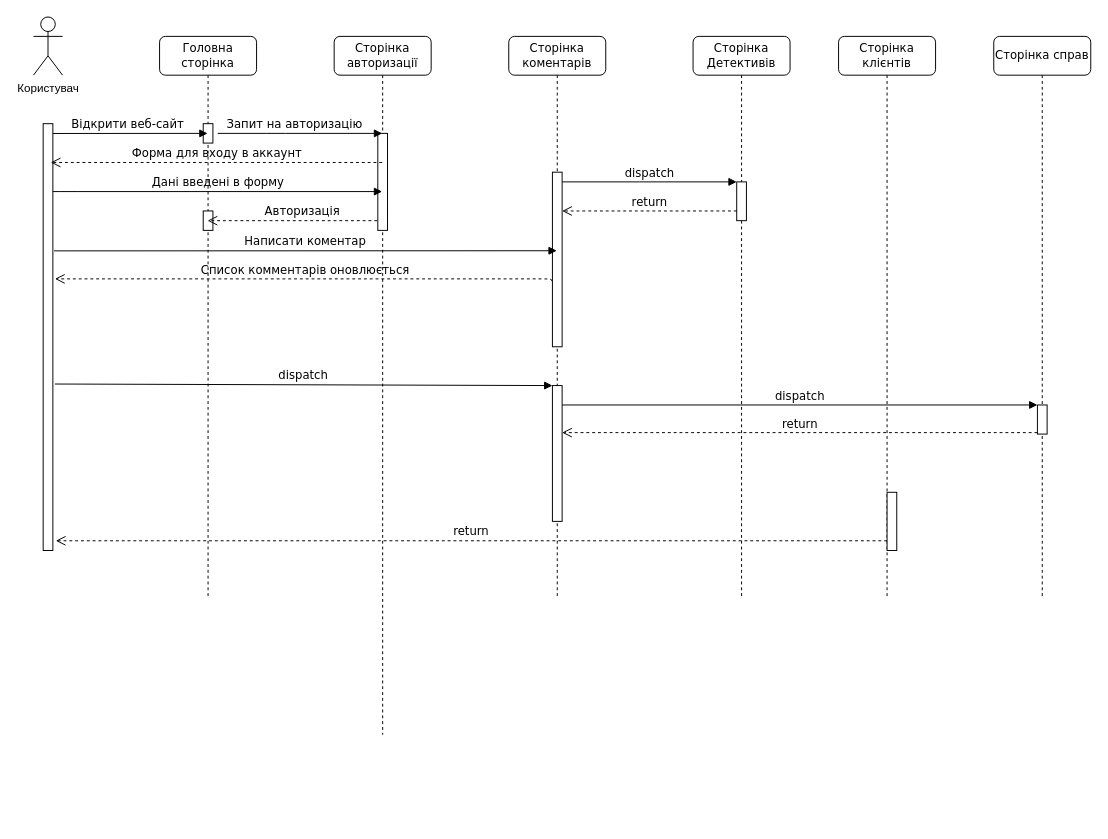
Earlier version of the draw.io diagram Sequence Diagram.drawio (Blaxwo/detective_agency). Source tidied: cells renumbered, new cells numbered last; positions are measured from the earlier drawing's top-left corner, leaving out a move shared by most shapes. Both pictures are drawn from the tidied source at 97%, with x=0, y=0 at pixel (33, 16).
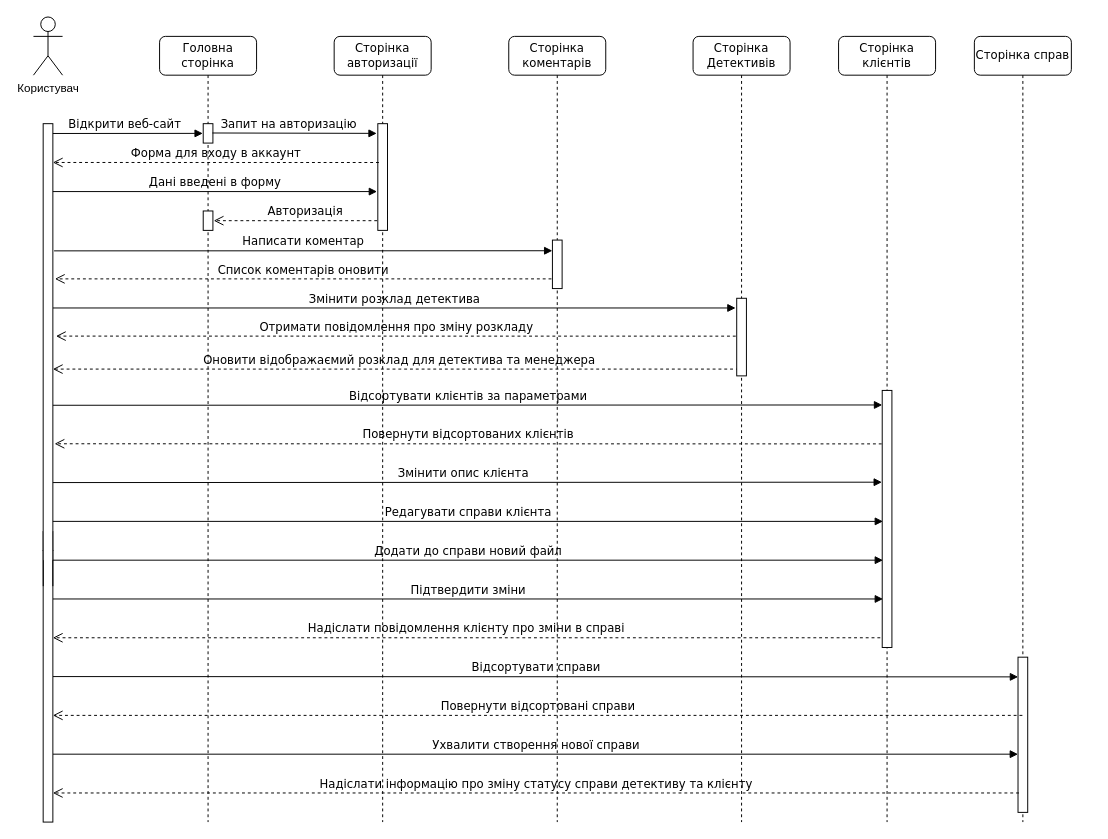
Above is the later version.

Commit message:
adding all sequences

Unchanged cells that the change refers to:
```xml
<mxCell id="3" style="html=1;points=[];perimeter=orthogonalPerimeter;rounded=0;shadow=0;comic=0;labelBackgroundColor=none;strokeWidth=1;fontFamily=Verdana;fontSize=12;align=center;" parent="2" vertex="1">
  <mxGeometry x="45" y="90" width="10" height="20" as="geometry" />
</mxCell>
<mxCell id="4" style="html=1;points=[];perimeter=orthogonalPerimeter;rounded=0;shadow=0;comic=0;labelBackgroundColor=none;strokeWidth=1;fontFamily=Verdana;fontSize=12;align=center;" parent="2" vertex="1">
  <mxGeometry x="45" y="180" width="10" height="20" as="geometry" />
</mxCell>
<mxCell id="25" style="html=1;points=[];perimeter=orthogonalPerimeter;rounded=0;shadow=0;comic=0;labelBackgroundColor=none;strokeWidth=1;fontFamily=Verdana;fontSize=12;align=center;" parent="1" vertex="1">
  <mxGeometry x="10" y="110" width="10" height="440" as="geometry" />
</mxCell>
```

What changed in the source:
```diff
@@
     <mxCell id="2" value="Головна сторінка" style="shape=umlLifeline;perimeter=lifelinePerimeter;whiteSpace=wrap;html=1;outlineConnect=0;rounded=1;shadow=0;comic=0;labelBackgroundColor=none;strokeWidth=1;fontFamily=Verdana;fontSize=12;align=center;" parent="1" vertex="1">
-      <mxGeometry x="130" y="20" width="100" height="580" as="geometry" />
+      <mxGeometry x="130" y="20" width="100" height="810" as="geometry" />
     </mxCell>
@@
-    <mxCell id="5" value="Авторизація" style="html=1;verticalAlign=bottom;endArrow=open;dashed=1;endSize=8;labelBackgroundColor=none;fontFamily=Verdana;fontSize=12;edgeStyle=elbowEdgeStyle;elbow=vertical;" parent="2" edge="1" target="2">
+    <mxCell id="5" value="Авторизація" style="html=1;verticalAlign=bottom;endArrow=open;dashed=1;endSize=8;labelBackgroundColor=none;fontFamily=Verdana;fontSize=12;edgeStyle=elbowEdgeStyle;elbow=vertical;entryX=1.083;entryY=0.479;entryDx=0;entryDy=0;entryPerimeter=0;" parent="2" edge="1" target="4">
       <mxGeometry relative="1" as="geometry">
         <mxPoint x="235" y="180" as="sourcePoint" />
         <Array as="points">
           <mxPoint x="70" y="190" />
           <mxPoint x="100" y="190" />
         </Array>
       </mxGeometry>
     </mxCell>
     <mxCell id="6" value="Сторінка авторизації" style="shape=umlLifeline;perimeter=lifelinePerimeter;whiteSpace=wrap;html=1;outlineConnect=0;rounded=1;shadow=0;comic=0;labelBackgroundColor=none;strokeWidth=1;fontFamily=Verdana;fontSize=12;align=center;" parent="1" vertex="1">
-      <mxGeometry x="310" y="20" width="100" height="720" as="geometry" />
+      <mxGeometry x="310" y="20" width="100" height="810" as="geometry" />
     </mxCell>
     <mxCell id="7" style="html=1;points=[];perimeter=orthogonalPerimeter;rounded=0;shadow=0;comic=0;labelBackgroundColor=none;strokeWidth=1;fontFamily=Verdana;fontSize=12;align=center;" parent="6" vertex="1">
-      <mxGeometry x="45" y="100" width="10" height="100" as="geometry" />
+      <mxGeometry x="45" y="90" width="10" height="110" as="geometry" />
     </mxCell>
+    <mxCell id="17" value="Змінити розклад детектива" style="html=1;verticalAlign=bottom;endArrow=block;labelBackgroundColor=none;fontFamily=Verdana;fontSize=12;exitX=1.213;exitY=0.61;exitDx=0;exitDy=0;exitPerimeter=0;entryX=-0.117;entryY=0.125;entryDx=0;entryDy=0;entryPerimeter=0;" parent="6" edge="1" target="13">
+      <mxGeometry relative="1" as="geometry">
+        <mxPoint x="-290" y="280" as="sourcePoint" />
+      </mxGeometry>
+    </mxCell>
+    <mxCell id="31" value="Оновити відображаємий розклад для детектива та менеджера" style="html=1;verticalAlign=bottom;endArrow=open;dashed=1;endSize=8;labelBackgroundColor=none;fontFamily=Verdana;fontSize=12;edgeStyle=elbowEdgeStyle;elbow=vertical;exitX=0.443;exitY=0.435;exitDx=0;exitDy=0;exitPerimeter=0;entryX=1.281;entryY=0.497;entryDx=0;entryDy=0;entryPerimeter=0;" parent="6" edge="1">
+      <mxGeometry relative="1" as="geometry">
+        <mxPoint x="422" y="345" as="sourcePoint" />
+        <mxPoint x="-290" y="343" as="targetPoint" />
+        <Array as="points">
+          <mxPoint x="213" y="343" />
+          <mxPoint x="243" y="343" />
+        </Array>
+      </mxGeometry>
+    </mxCell>
+    <mxCell id="32" value="Ухвалити створення нової справи" style="html=1;verticalAlign=bottom;endArrow=block;labelBackgroundColor=none;fontFamily=Verdana;fontSize=12;exitX=0.918;exitY=0.658;exitDx=0;exitDy=0;exitPerimeter=0;entryX=0.011;entryY=0.127;entryDx=0;entryDy=0;entryPerimeter=0;" parent="6" edge="1">
+      <mxGeometry relative="1" as="geometry">
+        <mxPoint x="-290" y="740" as="sourcePoint" />
+        <mxPoint x="705" y="740" as="targetPoint" />
+      </mxGeometry>
+    </mxCell>
     <mxCell id="8" value="Сторінка коментарів" style="shape=umlLifeline;perimeter=lifelinePerimeter;whiteSpace=wrap;html=1;outlineConnect=0;rounded=1;shadow=0;comic=0;labelBackgroundColor=none;strokeWidth=1;fontFamily=Verdana;fontSize=12;align=center;" parent="1" vertex="1">
-      <mxGeometry x="490" y="20" width="100" height="580" as="geometry" />
+      <mxGeometry x="490" y="20" width="100" height="810" as="geometry" />
     </mxCell>
+    <mxCell id="19" value="Відсортувати клієнтів за параметрами" style="html=1;verticalAlign=bottom;endArrow=block;labelBackgroundColor=none;fontFamily=Verdana;fontSize=12;exitX=0.918;exitY=0.658;exitDx=0;exitDy=0;exitPerimeter=0;entryX=-0.047;entryY=0.079;entryDx=0;entryDy=0;entryPerimeter=0;" parent="8" edge="1">
+      <mxGeometry relative="1" as="geometry">
+        <mxPoint x="-470.4" y="380.3" as="sourcePoint" />
+        <mxPoint x="385" y="380" as="targetPoint" />
+      </mxGeometry>
+    </mxCell>
+    <mxCell id="33" value="Змінити опис клієнта" style="html=1;verticalAlign=bottom;endArrow=block;labelBackgroundColor=none;fontFamily=Verdana;fontSize=12;exitX=0.918;exitY=0.658;exitDx=0;exitDy=0;exitPerimeter=0;entryX=-0.032;entryY=0.357;entryDx=0;entryDy=0;entryPerimeter=0;" parent="8" edge="1" target="21">
+      <mxGeometry relative="1" as="geometry">
+        <mxPoint x="-478" y="460" as="sourcePoint" />
+      </mxGeometry>
+    </mxCell>
     <mxCell id="9" value="Сторінка Детективів" style="shape=umlLifeline;perimeter=lifelinePerimeter;whiteSpace=wrap;html=1;rounded=1;shadow=0;comic=0;labelBackgroundColor=none;strokeWidth=1;fontFamily=Verdana;fontSize=12;align=center;" parent="1" vertex="1">
-      <mxGeometry x="680" y="20" width="100" height="580" as="geometry" />
+      <mxGeometry x="680" y="20" width="100" height="810" as="geometry" />
     </mxCell>
+    <mxCell id="13" style="html=1;points=[];perimeter=orthogonalPerimeter;rounded=0;shadow=0;comic=0;labelBackgroundColor=none;strokeWidth=1;fontFamily=Verdana;fontSize=12;align=center;" parent="9" vertex="1">
+      <mxGeometry x="45" y="270" width="10" height="80" as="geometry" />
+    </mxCell>
+    <mxCell id="34" value="Надіслати повідомлення клієнту про зміни в справі" style="html=1;verticalAlign=bottom;endArrow=open;dashed=1;endSize=8;labelBackgroundColor=none;fontFamily=Verdana;fontSize=12;edgeStyle=elbowEdgeStyle;elbow=vertical;entryX=1.177;entryY=0.751;entryDx=0;entryDy=0;entryPerimeter=0;exitX=-0.018;exitY=0.258;exitDx=0;exitDy=0;exitPerimeter=0;" parent="9" edge="1">
+      <mxGeometry relative="1" as="geometry">
+        <mxPoint x="193" y="620" as="sourcePoint" />
+        <mxPoint x="-660" y="620" as="targetPoint" />
+        <Array as="points">
+          <mxPoint x="-19" y="620" />
+          <mxPoint x="11" y="620" />
+        </Array>
+      </mxGeometry>
+    </mxCell>
+    <mxCell id="35" value="Підтвердити зміни" style="html=1;verticalAlign=bottom;endArrow=block;labelBackgroundColor=none;fontFamily=Verdana;fontSize=12;exitX=0.918;exitY=0.658;exitDx=0;exitDy=0;exitPerimeter=0;entryX=-0.047;entryY=0.079;entryDx=0;entryDy=0;entryPerimeter=0;" parent="9" edge="1">
+      <mxGeometry relative="1" as="geometry">
+        <mxPoint x="-660" y="580" as="sourcePoint" />
+        <mxPoint x="195.8" y="580" as="targetPoint" />
+      </mxGeometry>
+    </mxCell>
+    <mxCell id="36" value="Відсортувати справи" style="html=1;verticalAlign=bottom;endArrow=block;labelBackgroundColor=none;fontFamily=Verdana;fontSize=12;exitX=0.918;exitY=0.658;exitDx=0;exitDy=0;exitPerimeter=0;entryX=0.011;entryY=0.127;entryDx=0;entryDy=0;entryPerimeter=0;" parent="9" edge="1" target="18">
+      <mxGeometry relative="1" as="geometry">
+        <mxPoint x="-660" y="660" as="sourcePoint" />
+      </mxGeometry>
+    </mxCell>
     <mxCell id="10" value="Сторінка клієнтів" style="shape=umlLifeline;perimeter=lifelinePerimeter;whiteSpace=wrap;html=1;rounded=1;shadow=0;comic=0;labelBackgroundColor=none;strokeWidth=1;fontFamily=Verdana;fontSize=12;align=center;" parent="1" vertex="1">
-      <mxGeometry x="830" y="20" width="100" height="580" as="geometry" />
+      <mxGeometry x="830" y="20" width="100" height="810" as="geometry" />
     </mxCell>
+    <mxCell id="21" style="html=1;points=[];perimeter=orthogonalPerimeter;rounded=0;shadow=0;comic=0;labelBackgroundColor=none;strokeWidth=1;fontFamily=Verdana;fontSize=12;align=center;" parent="10" vertex="1">
+      <mxGeometry x="45" y="365" width="10" height="265" as="geometry" />
+    </mxCell>
     <mxCell id="11" value="Сторінка справ" style="shape=umlLifeline;perimeter=lifelinePerimeter;whiteSpace=wrap;html=1;outlineConnect=0;rounded=1;shadow=0;comic=0;labelBackgroundColor=none;strokeWidth=1;fontFamily=Verdana;fontSize=12;align=center;" parent="1" vertex="1">
-      <mxGeometry x="990" y="20" width="100" height="580" as="geometry" />
+      <mxGeometry x="970" y="20" width="100" height="810" as="geometry" />
     </mxCell>
+    <mxCell id="18" style="html=1;points=[];perimeter=orthogonalPerimeter;rounded=0;shadow=0;comic=0;labelBackgroundColor=none;strokeColor=#000000;strokeWidth=1;fillColor=#FFFFFF;fontFamily=Verdana;fontSize=12;fontColor=#000000;align=center;" parent="11" vertex="1">
+      <mxGeometry x="45" y="640" width="10" height="160" as="geometry" />
+    </mxCell>
     <mxCell id="12" style="html=1;points=[];perimeter=orthogonalPerimeter;rounded=0;shadow=0;comic=0;labelBackgroundColor=none;strokeWidth=1;fontFamily=Verdana;fontSize=12;align=center;" parent="1" vertex="1">
-      <mxGeometry x="535" y="160" width="10" height="180" as="geometry" />
+      <mxGeometry x="535" y="230" width="10" height="50" as="geometry" />
     </mxCell>
-    <mxCell id="13" style="html=1;points=[];perimeter=orthogonalPerimeter;rounded=0;shadow=0;comic=0;labelBackgroundColor=none;strokeWidth=1;fontFamily=Verdana;fontSize=12;align=center;" parent="1" vertex="1">
-      <mxGeometry x="725" y="170" width="10" height="40" as="geometry" />
-    </mxCell>
-    <mxCell id="14" value="dispatch" style="html=1;verticalAlign=bottom;endArrow=block;entryX=0;entryY=0;labelBackgroundColor=none;fontFamily=Verdana;fontSize=12;edgeStyle=elbowEdgeStyle;elbow=vertical;" parent="1" edge="1" source="12" target="13">
-      <mxGeometry relative="1" as="geometry" />
-    </mxCell>
-    <mxCell id="15" value="return" style="html=1;verticalAlign=bottom;endArrow=open;dashed=1;endSize=8;labelBackgroundColor=none;fontFamily=Verdana;fontSize=12;edgeStyle=elbowEdgeStyle;elbow=vertical;" parent="1" edge="1" source="13" target="12">
-      <mxGeometry relative="1" as="geometry">
-        <Array as="points">
-          <mxPoint x="560" y="200" />
-          <mxPoint x="590" y="200" />
-        </Array>
-      </mxGeometry>
-    </mxCell>
-    <mxCell id="16" style="html=1;points=[];perimeter=orthogonalPerimeter;rounded=0;shadow=0;comic=0;labelBackgroundColor=none;strokeWidth=1;fontFamily=Verdana;fontSize=12;align=center;" parent="1" vertex="1">
-      <mxGeometry x="535" y="380" width="10" height="140" as="geometry" />
-    </mxCell>
-    <mxCell id="17" value="dispatch" style="html=1;verticalAlign=bottom;endArrow=block;entryX=0;entryY=0;labelBackgroundColor=none;fontFamily=Verdana;fontSize=12;exitX=1.213;exitY=0.61;exitDx=0;exitDy=0;exitPerimeter=0;" parent="1" edge="1" source="25" target="16">
-      <mxGeometry relative="1" as="geometry" />
-    </mxCell>
-    <mxCell id="18" style="html=1;points=[];perimeter=orthogonalPerimeter;rounded=0;shadow=0;comic=0;labelBackgroundColor=none;strokeColor=#000000;strokeWidth=1;fillColor=#FFFFFF;fontFamily=Verdana;fontSize=12;fontColor=#000000;align=center;" parent="1" vertex="1">
-      <mxGeometry x="1035" y="400" width="10" height="30" as="geometry" />
-    </mxCell>
-    <mxCell id="19" value="dispatch" style="html=1;verticalAlign=bottom;endArrow=block;entryX=0;entryY=0;labelBackgroundColor=none;fontFamily=Verdana;fontSize=12;" parent="1" edge="1" source="16" target="18">
-      <mxGeometry relative="1" as="geometry" />
-    </mxCell>
-    <mxCell id="20" value="return" style="html=1;verticalAlign=bottom;endArrow=open;dashed=1;endSize=8;exitX=0;exitY=0.95;labelBackgroundColor=none;fontFamily=Verdana;fontSize=12;" parent="1" edge="1" source="18" target="16">
-      <mxGeometry relative="1" as="geometry" />
-    </mxCell>
-    <mxCell id="21" style="html=1;points=[];perimeter=orthogonalPerimeter;rounded=0;shadow=0;comic=0;labelBackgroundColor=none;strokeWidth=1;fontFamily=Verdana;fontSize=12;align=center;" parent="1" vertex="1">
-      <mxGeometry x="880" y="490" width="10" height="60" as="geometry" />
-    </mxCell>
-    <mxCell id="22" value="return" style="html=1;verticalAlign=bottom;endArrow=open;dashed=1;endSize=8;labelBackgroundColor=none;fontFamily=Verdana;fontSize=12;edgeStyle=elbowEdgeStyle;elbow=vertical;entryX=1.3;entryY=0.977;entryDx=0;entryDy=0;entryPerimeter=0;" parent="1" edge="1" source="21" target="25">
-      <mxGeometry relative="1" as="geometry">
-        <Array as="points">
-          <mxPoint x="460" y="540" />
-        </Array>
-      </mxGeometry>
-    </mxCell>
-    <mxCell id="23" value="Відкрити веб-сайт" style="html=1;verticalAlign=bottom;endArrow=block;labelBackgroundColor=none;fontFamily=Verdana;fontSize=12;edgeStyle=elbowEdgeStyle;elbow=vertical;exitX=0.43;exitY=0.023;exitDx=0;exitDy=0;exitPerimeter=0;" parent="1" edge="1" source="25" target="2">
+    <mxCell id="23" value="Відкрити веб-сайт" style="html=1;verticalAlign=bottom;endArrow=block;labelBackgroundColor=none;fontFamily=Verdana;fontSize=12;edgeStyle=elbowEdgeStyle;elbow=vertical;exitX=0.43;exitY=0.023;exitDx=0;exitDy=0;exitPerimeter=0;entryX=-0.043;entryY=0.472;entryDx=0;entryDy=0;entryPerimeter=0;" parent="1" edge="1" source="25" target="3">
       <mxGeometry relative="1" as="geometry" />
     </mxCell>
-    <mxCell id="24" value="Запит на авторизацію" style="html=1;verticalAlign=bottom;endArrow=block;labelBackgroundColor=none;fontFamily=Verdana;fontSize=12;edgeStyle=elbowEdgeStyle;elbow=vertical;" parent="1" edge="1" target="6">
+    <mxCell id="24" value="Запит на авторизацію" style="html=1;verticalAlign=bottom;endArrow=block;labelBackgroundColor=none;fontFamily=Verdana;fontSize=12;edgeStyle=elbowEdgeStyle;elbow=vertical;exitX=0.948;exitY=0.48;exitDx=0;exitDy=0;exitPerimeter=0;entryX=-0.113;entryY=0.091;entryDx=0;entryDy=0;entryPerimeter=0;" parent="1" edge="1" source="3" target="7">
       <mxGeometry x="-0.07" relative="1" as="geometry">
-        <mxPoint x="190" y="120" as="sourcePoint" />
+        <Array as="points">
+          <mxPoint x="190" y="120" />
+        </Array>
       </mxGeometry>
     </mxCell>
@@
-    <mxCell id="27" value="Форма для входу в аккаунт" style="html=1;verticalAlign=bottom;endArrow=open;dashed=1;endSize=8;labelBackgroundColor=none;fontFamily=Verdana;fontSize=12;edgeStyle=elbowEdgeStyle;elbow=vertical;entryX=0.778;entryY=0.092;entryDx=0;entryDy=0;entryPerimeter=0;" parent="1" edge="1" source="6" target="25">
+    <mxCell id="27" value="Форма для входу в аккаунт" style="html=1;verticalAlign=bottom;endArrow=open;dashed=1;endSize=8;labelBackgroundColor=none;fontFamily=Verdana;fontSize=12;edgeStyle=elbowEdgeStyle;elbow=vertical;exitX=0.113;exitY=0.364;exitDx=0;exitDy=0;exitPerimeter=0;" parent="1" edge="1" source="7">
       <mxGeometry relative="1" as="geometry">
+        <mxPoint x="20" y="150" as="targetPoint" />
         <Array as="points">
           <mxPoint x="170" y="150" />
           <mxPoint x="200" y="150" />
         </Array>
       </mxGeometry>
     </mxCell>
-    <mxCell id="28" value="Дані введені в форму" style="html=1;verticalAlign=bottom;endArrow=block;labelBackgroundColor=none;fontFamily=Verdana;fontSize=12;edgeStyle=elbowEdgeStyle;elbow=vertical;" parent="1" edge="1">
+    <mxCell id="28" value="Дані введені в форму" style="html=1;verticalAlign=bottom;endArrow=block;labelBackgroundColor=none;fontFamily=Verdana;fontSize=12;edgeStyle=elbowEdgeStyle;elbow=vertical;entryX=-0.078;entryY=0.639;entryDx=0;entryDy=0;entryPerimeter=0;" parent="1" edge="1" target="7">
       <mxGeometry relative="1" as="geometry">
         <mxPoint x="20" y="180" as="sourcePoint" />
-        <mxPoint x="359.5" y="180" as="targetPoint" />
         <Array as="points">
           <mxPoint x="35" y="180" />
         </Array>
       </mxGeometry>
     </mxCell>
-    <mxCell id="29" value="Написати коментар" style="html=1;verticalAlign=bottom;endArrow=block;labelBackgroundColor=none;fontFamily=Verdana;fontSize=12;edgeStyle=elbowEdgeStyle;elbow=vertical;exitX=1.126;exitY=0.298;exitDx=0;exitDy=0;exitPerimeter=0;" parent="1" edge="1" source="25" target="8">
+    <mxCell id="29" value="Написати коментар" style="html=1;verticalAlign=bottom;endArrow=block;labelBackgroundColor=none;fontFamily=Verdana;fontSize=12;edgeStyle=elbowEdgeStyle;elbow=vertical;exitX=1.126;exitY=0.298;exitDx=0;exitDy=0;exitPerimeter=0;entryX=-0.006;entryY=0.203;entryDx=0;entryDy=0;entryPerimeter=0;" parent="1" edge="1" source="25" target="12">
       <mxGeometry relative="1" as="geometry" />
     </mxCell>
-    <mxCell id="30" value="Список комментарів оновлюється " style="html=1;verticalAlign=bottom;endArrow=open;dashed=1;endSize=8;labelBackgroundColor=none;fontFamily=Verdana;fontSize=12;edgeStyle=elbowEdgeStyle;elbow=vertical;exitX=0.443;exitY=0.435;exitDx=0;exitDy=0;exitPerimeter=0;entryX=1.211;entryY=0.364;entryDx=0;entryDy=0;entryPerimeter=0;" parent="1" edge="1" source="8" target="25">
+    <mxCell id="30" value="Список коментарів оновити " style="html=1;verticalAlign=bottom;endArrow=open;dashed=1;endSize=8;labelBackgroundColor=none;fontFamily=Verdana;fontSize=12;edgeStyle=elbowEdgeStyle;elbow=vertical;entryX=1.211;entryY=0.364;entryDx=0;entryDy=0;entryPerimeter=0;" parent="1" edge="1" target="25">
       <mxGeometry relative="1" as="geometry">
+        <mxPoint x="534" y="270" as="sourcePoint" />
         <Array as="points">
           <mxPoint x="325" y="270" />
           <mxPoint x="355" y="270" />
         </Array>
       </mxGeometry>
     </mxCell>
+    <mxCell id="37" value="Отримати повідомлення про зміну розкладу" style="html=1;verticalAlign=bottom;endArrow=open;dashed=1;endSize=8;labelBackgroundColor=none;fontFamily=Verdana;fontSize=12;edgeStyle=elbowEdgeStyle;elbow=vertical;entryX=1.318;entryY=0.498;entryDx=0;entryDy=0;entryPerimeter=0;exitX=-0.102;exitY=0.488;exitDx=0;exitDy=0;exitPerimeter=0;" parent="1" edge="1" source="13" target="25">
+      <mxGeometry relative="1" as="geometry">
+        <Array as="points">
+          <mxPoint x="526" y="329" />
+          <mxPoint x="556" y="329" />
+        </Array>
+      </mxGeometry>
+    </mxCell>
+    <mxCell id="38" value="Редагувати справи клієнта" style="html=1;verticalAlign=bottom;endArrow=block;labelBackgroundColor=none;fontFamily=Verdana;fontSize=12;exitX=0.918;exitY=0.658;exitDx=0;exitDy=0;exitPerimeter=0;entryX=-0.047;entryY=0.079;entryDx=0;entryDy=0;entryPerimeter=0;" parent="1" edge="1">
+      <mxGeometry relative="1" as="geometry">
+        <mxPoint x="20" y="520" as="sourcePoint" />
+        <mxPoint x="875.8" y="520" as="targetPoint" />
+      </mxGeometry>
+    </mxCell>
+    <mxCell id="22" value="Повернути відсортованих клієнтів" style="html=1;verticalAlign=bottom;endArrow=open;dashed=1;endSize=8;labelBackgroundColor=none;fontFamily=Verdana;fontSize=12;edgeStyle=elbowEdgeStyle;elbow=vertical;entryX=1.177;entryY=0.751;entryDx=0;entryDy=0;entryPerimeter=0;exitX=-0.055;exitY=0.208;exitDx=0;exitDy=0;exitPerimeter=0;" parent="1" edge="1" source="21" target="25">
+      <mxGeometry relative="1" as="geometry">
+        <Array as="points">
+          <mxPoint x="663" y="440" />
+          <mxPoint x="693" y="440" />
+        </Array>
+      </mxGeometry>
+    </mxCell>
+    <mxCell id="39" style="html=1;points=[];perimeter=orthogonalPerimeter;rounded=0;shadow=0;comic=0;labelBackgroundColor=none;strokeWidth=1;fontFamily=Verdana;fontSize=12;align=center;" parent="1" vertex="1">
+      <mxGeometry x="10" y="550" width="10" height="280" as="geometry" />
+    </mxCell>
+    <mxCell id="40" style="rounded=0;whiteSpace=wrap;html=1;strokeColor=none;perimeterSpacing=1;strokeWidth=0;shadow=0;" parent="1" vertex="1">
+      <mxGeometry x="10" y="530" width="10" height="30" as="geometry" />
+    </mxCell>
+    <mxCell id="41" style="endArrow=none;html=1;rounded=0;entryX=1.012;entryY=0.945;entryDx=0;entryDy=0;entryPerimeter=0;exitX=1.019;exitY=0.074;exitDx=0;exitDy=0;exitPerimeter=0;" parent="1" edge="1">
+      <mxGeometry relative="1" as="geometry">
+        <mxPoint x="20" y="586.8" as="sourcePoint" />
+        <mxPoint x="19.9" y="530" as="targetPoint" />
+      </mxGeometry>
+    </mxCell>
+    <mxCell id="42" style="endArrow=none;html=1;rounded=0;entryX=1.012;entryY=0.945;entryDx=0;entryDy=0;entryPerimeter=0;exitX=1.019;exitY=0.074;exitDx=0;exitDy=0;exitPerimeter=0;" parent="1" edge="1">
+      <mxGeometry relative="1" as="geometry">
+        <mxPoint x="10.1" y="586.8" as="sourcePoint" />
+        <mxPoint x="10" y="530" as="targetPoint" />
+      </mxGeometry>
+    </mxCell>
+    <mxCell id="43" value="Додати до справи новий файл" style="html=1;verticalAlign=bottom;endArrow=block;labelBackgroundColor=none;fontFamily=Verdana;fontSize=12;exitX=0.918;exitY=0.658;exitDx=0;exitDy=0;exitPerimeter=0;entryX=-0.047;entryY=0.079;entryDx=0;entryDy=0;entryPerimeter=0;" parent="1" edge="1">
+      <mxGeometry relative="1" as="geometry">
+        <mxPoint x="20" y="560" as="sourcePoint" />
+        <mxPoint x="875.8" y="560" as="targetPoint" />
+      </mxGeometry>
+    </mxCell>
+    <mxCell id="44" value="Надіслати інформацію про зміну статусу справи детективу та клієнту" style="html=1;verticalAlign=bottom;endArrow=open;dashed=1;endSize=8;labelBackgroundColor=none;fontFamily=Verdana;fontSize=12;edgeStyle=elbowEdgeStyle;elbow=vertical;" parent="1" edge="1">
+      <mxGeometry relative="1" as="geometry">
+        <mxPoint x="1016" y="800" as="sourcePoint" />
+        <mxPoint x="20" y="800" as="targetPoint" />
+        <Array as="points">
+          <mxPoint x="651" y="800" />
+          <mxPoint x="681" y="800" />
+        </Array>
+      </mxGeometry>
+    </mxCell>
+    <mxCell id="45" value="Повернути відсортовані справи" style="html=1;verticalAlign=bottom;endArrow=open;dashed=1;endSize=8;labelBackgroundColor=none;fontFamily=Verdana;fontSize=12;edgeStyle=elbowEdgeStyle;elbow=vertical;entryX=1;entryY=0.607;entryDx=0;entryDy=0;entryPerimeter=0;" parent="1" edge="1" source="11" target="39">
+      <mxGeometry relative="1" as="geometry">
+        <Array as="points">
+          <mxPoint x="655" y="720" />
+          <mxPoint x="685" y="720" />
+        </Array>
+      </mxGeometry>
+    </mxCell>
```
